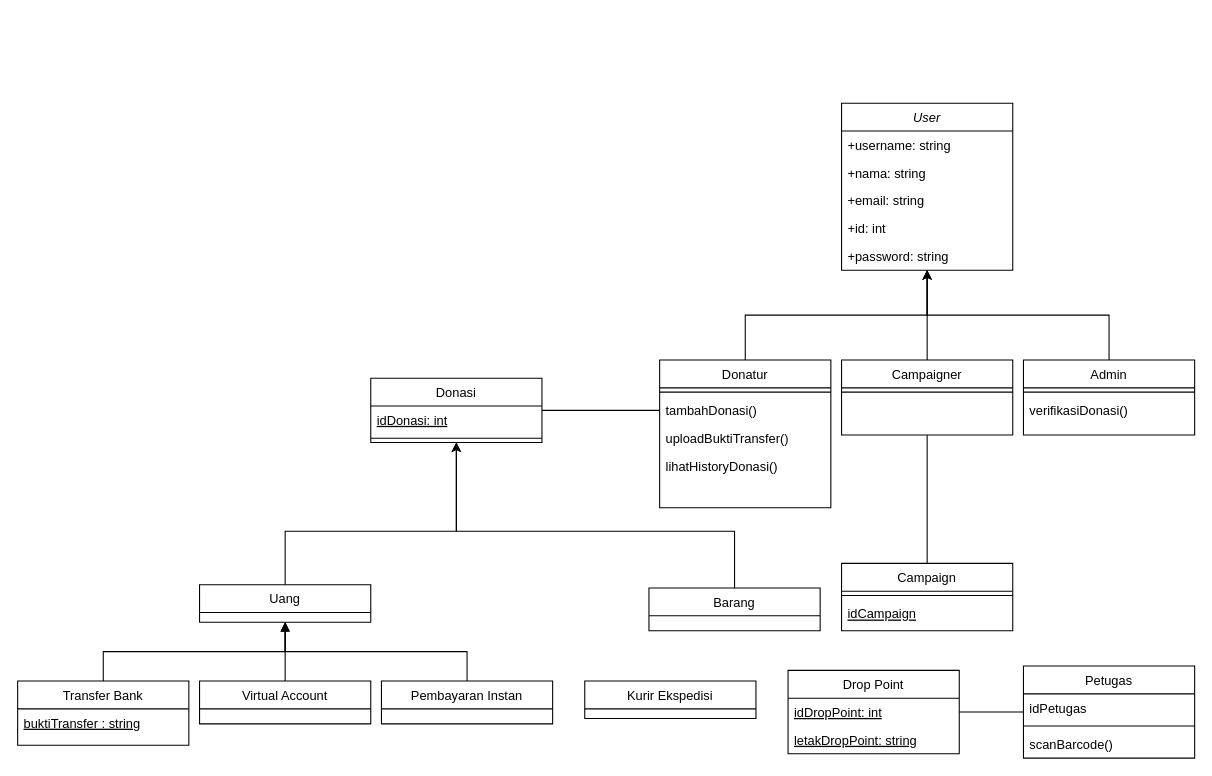
Earlier version of the draw.io diagram Untitled Diagram.drawio (andrawicaksonoipb/Basis-Data). Source tidied: cells renumbered, new cells numbered last; positions are measured from the earlier drawing's top-left corner, leaving out a move shared by most shapes. Both pictures are drawn from the tidied source at 107%, with x=0, y=0 at pixel (17, 103).
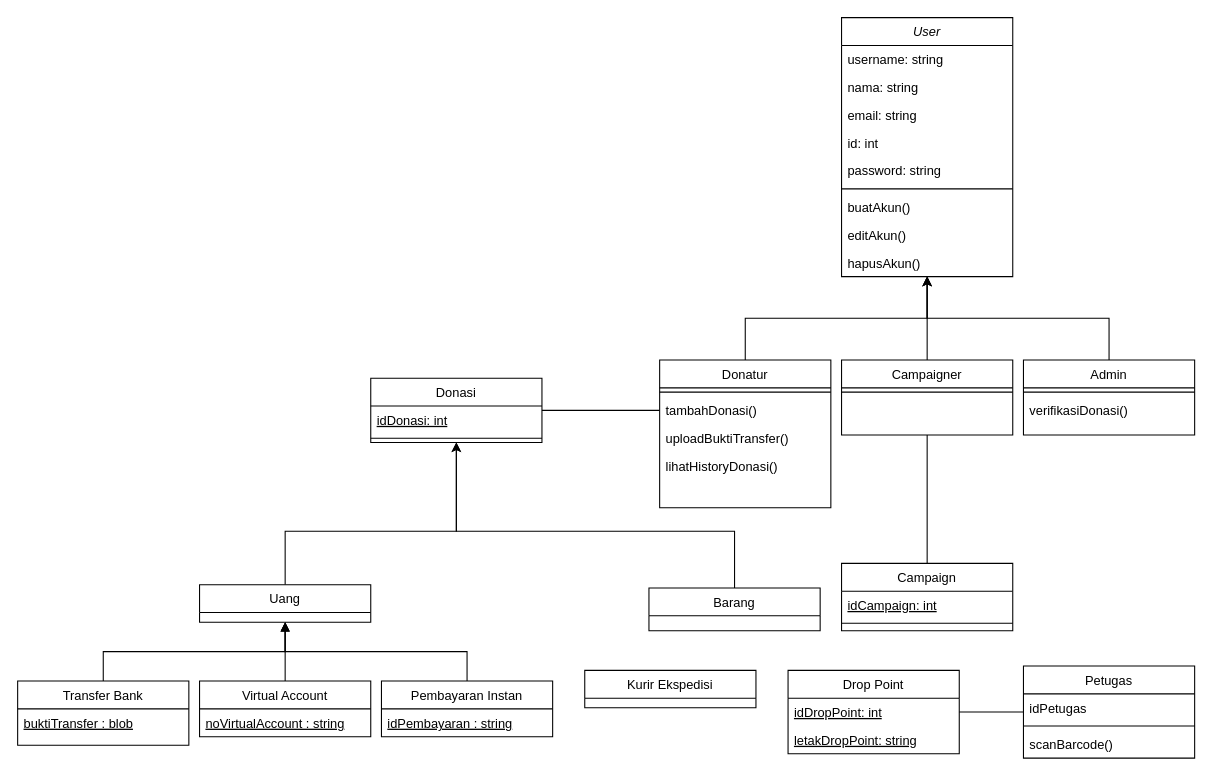
Above is the later version.

The change refers to these unchanged cells:
```xml
<mxCell id="29" value="Transfer Bank" style="swimlane;fontStyle=0;align=center;verticalAlign=top;horizontal=1;startSize=26;rounded=0;shadow=0;strokeWidth=1;" parent="1" vertex="1">
  <mxGeometry y="540" width="160" height="60" as="geometry" />
</mxCell>
<mxCell id="43" value="Campaign" style="swimlane;fontStyle=0;align=center;verticalAlign=top;horizontal=1;startSize=26;rounded=0;shadow=0;strokeWidth=1;" parent="1" vertex="1">
  <mxGeometry x="770" y="430" width="160" height="63" as="geometry" />
</mxCell>
```

Change to the diagram source:
```diff
@@
     <mxCell id="2" value="User" style="swimlane;fontStyle=2;align=center;verticalAlign=top;horizontal=1;startSize=26;rounded=0;shadow=0;strokeWidth=1;" parent="1" vertex="1">
-      <mxGeometry x="770" width="160" height="156" as="geometry" />
+      <mxGeometry x="770" y="-80" width="160" height="242" as="geometry" />
     </mxCell>
-    <mxCell id="3" value="+username: string" style="text;align=left;verticalAlign=top;spacingLeft=4;spacingRight=4;overflow=hidden;" parent="2" vertex="1">
+    <mxCell id="3" value="username: string" style="text;align=left;verticalAlign=top;spacingLeft=4;spacingRight=4;overflow=hidden;" parent="2" vertex="1">
       <mxGeometry y="26" width="160" height="26" as="geometry" />
     </mxCell>
-    <mxCell id="4" value="+nama: string" style="text;align=left;verticalAlign=top;spacingLeft=4;spacingRight=4;overflow=hidden;rounded=0;shadow=0;html=0;" parent="2" vertex="1">
+    <mxCell id="4" value="nama: string" style="text;align=left;verticalAlign=top;spacingLeft=4;spacingRight=4;overflow=hidden;rounded=0;shadow=0;html=0;" parent="2" vertex="1">
       <mxGeometry y="52" width="160" height="26" as="geometry" />
     </mxCell>
-    <mxCell id="5" value="+email: string" style="text;align=left;verticalAlign=top;spacingLeft=4;spacingRight=4;overflow=hidden;rounded=0;shadow=0;html=0;" parent="2" vertex="1">
+    <mxCell id="5" value="email: string" style="text;align=left;verticalAlign=top;spacingLeft=4;spacingRight=4;overflow=hidden;rounded=0;shadow=0;html=0;" parent="2" vertex="1">
       <mxGeometry y="78" width="160" height="26" as="geometry" />
     </mxCell>
-    <mxCell id="6" value="+id: int" style="text;align=left;verticalAlign=top;spacingLeft=4;spacingRight=4;overflow=hidden;rounded=0;shadow=0;html=0;" parent="2" vertex="1">
+    <mxCell id="6" value="id: int" style="text;align=left;verticalAlign=top;spacingLeft=4;spacingRight=4;overflow=hidden;rounded=0;shadow=0;html=0;" parent="2" vertex="1">
       <mxGeometry y="104" width="160" height="26" as="geometry" />
     </mxCell>
-    <mxCell id="7" value="+password: string" style="text;align=left;verticalAlign=top;spacingLeft=4;spacingRight=4;overflow=hidden;rounded=0;shadow=0;html=0;" parent="2" vertex="1">
+    <mxCell id="7" value="password: string" style="text;align=left;verticalAlign=top;spacingLeft=4;spacingRight=4;overflow=hidden;rounded=0;shadow=0;html=0;" parent="2" vertex="1">
       <mxGeometry y="130" width="160" height="26" as="geometry" />
     </mxCell>
+    <mxCell id="49" style="line;html=1;strokeWidth=1;align=left;verticalAlign=middle;spacingTop=-1;spacingLeft=3;spacingRight=3;labelPosition=right;" parent="2" vertex="1">
+      <mxGeometry y="156" width="160" height="8" as="geometry" />
+    </mxCell>
+    <mxCell id="50" value="buatAkun()" style="text;align=left;verticalAlign=top;spacingLeft=4;spacingRight=4;overflow=hidden;fontStyle=0;" parent="2" vertex="1">
+      <mxGeometry y="164" width="160" height="26" as="geometry" />
+    </mxCell>
+    <mxCell id="51" value="editAkun()" style="text;align=left;verticalAlign=top;spacingLeft=4;spacingRight=4;overflow=hidden;fontStyle=0;" parent="2" vertex="1">
+      <mxGeometry y="190" width="160" height="26" as="geometry" />
+    </mxCell>
+    <mxCell id="52" value="hapusAkun()" style="text;align=left;verticalAlign=top;spacingLeft=4;spacingRight=4;overflow=hidden;fontStyle=0;" parent="2" vertex="1">
+      <mxGeometry y="216" width="160" height="26" as="geometry" />
+    </mxCell>
@@
-    <mxCell id="30" value="buktiTransfer : string" style="text;align=left;verticalAlign=top;spacingLeft=4;spacingRight=4;overflow=hidden;fontStyle=4;" parent="29" vertex="1">
+    <mxCell id="30" value="buktiTransfer : blob" style="text;align=left;verticalAlign=top;spacingLeft=4;spacingRight=4;overflow=hidden;fontStyle=4;" parent="29" vertex="1">
       <mxGeometry y="26" width="160" height="26" as="geometry" />
     </mxCell>
@@
     <mxCell id="32" value="Virtual Account" style="swimlane;fontStyle=0;align=center;verticalAlign=top;horizontal=1;startSize=26;rounded=0;shadow=0;strokeWidth=1;" parent="1" vertex="1">
-      <mxGeometry x="170" y="540" width="160" height="40" as="geometry" />
+      <mxGeometry x="170" y="540" width="160" height="52" as="geometry" />
     </mxCell>
+    <mxCell id="53" value="noVirtualAccount : string" style="text;align=left;verticalAlign=top;spacingLeft=4;spacingRight=4;overflow=hidden;fontStyle=4;" parent="32" vertex="1">
+      <mxGeometry y="26" width="160" height="26" as="geometry" />
+    </mxCell>
@@
     <mxCell id="34" value="Pembayaran Instan" style="swimlane;fontStyle=0;align=center;verticalAlign=top;horizontal=1;startSize=26;rounded=0;shadow=0;strokeWidth=1;" parent="1" vertex="1">
-      <mxGeometry x="340" y="540" width="160" height="40" as="geometry" />
+      <mxGeometry x="340" y="540" width="160" height="52" as="geometry" />
     </mxCell>
+    <mxCell id="54" value="idPembayaran : string" style="text;align=left;verticalAlign=top;spacingLeft=4;spacingRight=4;overflow=hidden;fontStyle=4;" parent="34" vertex="1">
+      <mxGeometry y="26" width="160" height="26" as="geometry" />
+    </mxCell>
@@
+    <mxCell id="45" value="idCampaign: int" style="text;align=left;verticalAlign=top;spacingLeft=4;spacingRight=4;overflow=hidden;fontStyle=4;" parent="43" vertex="1">
+      <mxGeometry y="26" width="160" height="26" as="geometry" />
+    </mxCell>
     <mxCell id="44" style="line;html=1;strokeWidth=1;align=left;verticalAlign=middle;spacingTop=-1;spacingLeft=3;spacingRight=3;labelPosition=right;" parent="43" vertex="1">
-      <mxGeometry y="26" width="160" height="8" as="geometry" />
+      <mxGeometry y="52" width="160" height="8" as="geometry" />
     </mxCell>
-    <mxCell id="45" value="idCampaign" style="text;align=left;verticalAlign=top;spacingLeft=4;spacingRight=4;overflow=hidden;fontStyle=4;" parent="43" vertex="1">
-      <mxGeometry y="34" width="160" height="26" as="geometry" />
-    </mxCell>
@@
     <mxCell id="48" value="Kurir Ekspedisi" style="swimlane;fontStyle=0;align=center;verticalAlign=top;horizontal=1;startSize=26;rounded=0;shadow=0;strokeWidth=1;" parent="1" vertex="1">
-      <mxGeometry x="530" y="540" width="160" height="35" as="geometry" />
+      <mxGeometry x="530" y="530" width="160" height="35" as="geometry" />
     </mxCell>
```
